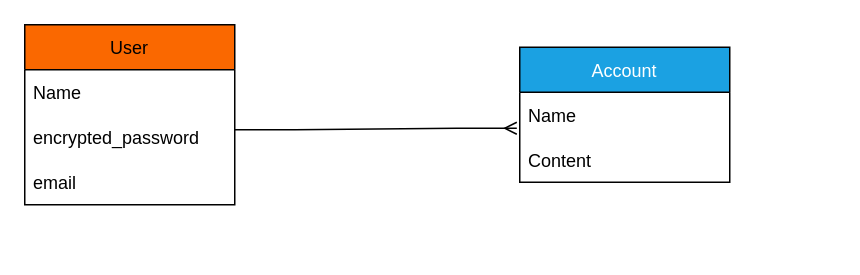
Above: ER.dio in akiduki0526/household-account (draw.io), before the change. Source tidied: cells renumbered, new cells numbered last; positions are measured from the earlier drawing's top-left corner, leaving out a move shared by most shapes. Both pictures are drawn from the tidied source at 150%, with x=0, y=0 at pixel (24, 24).
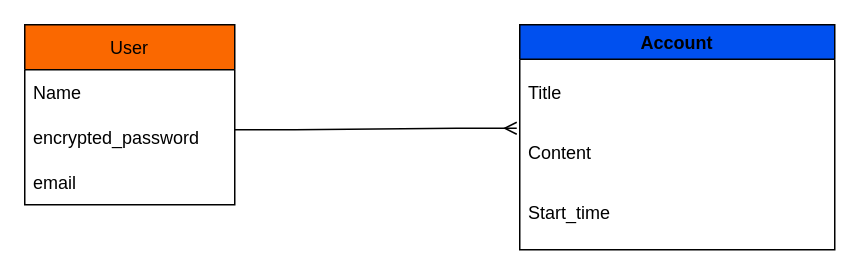
The same diagram, later.

Diff of the diagram source:
```diff
@@
 <mxGraphModel background="#ffffff">
   <root>
     <mxCell id="0" />
     <mxCell id="1" parent="0" />
     <mxCell id="2" value="User" style="swimlane;fontStyle=0;horizontal=1;startSize=30;strokeColor=#000000;fillColor=#fa6800;fontColor=#000000;" parent="1" vertex="1">
       <mxGeometry width="140" height="120" as="geometry" />
     </mxCell>
     <mxCell id="3" value="Name" style="text;strokeColor=none;fillColor=none;align=left;verticalAlign=middle;spacingLeft=4;spacingRight=4;overflow=hidden;fontColor=#000000;" parent="2" vertex="1">
       <mxGeometry y="30" width="140" height="30" as="geometry" />
     </mxCell>
     <mxCell id="4" value="encrypted_password" style="text;strokeColor=none;fillColor=none;align=left;verticalAlign=middle;spacingLeft=4;spacingRight=4;overflow=hidden;fontColor=#000000;" parent="2" vertex="1">
       <mxGeometry y="60" width="140" height="30" as="geometry" />
     </mxCell>
     <mxCell id="5" value="email" style="text;strokeColor=none;fillColor=none;align=left;verticalAlign=middle;spacingLeft=4;spacingRight=4;overflow=hidden;fontColor=#000000;" parent="2" vertex="1">
       <mxGeometry y="90" width="140" height="30" as="geometry" />
     </mxCell>
+    <mxCell id="9" style="edgeStyle=entityRelationEdgeStyle;fontSize=12;html=1;endArrow=ERmany;entryX=-0.014;entryY=0.8;entryDx=0;entryDy=0;entryPerimeter=0;strokeColor=#000000;" parent="1" edge="1">
+      <mxGeometry relative="1" as="geometry">
+        <mxPoint x="140" y="70" as="sourcePoint" />
+        <mxPoint x="328" y="69" as="targetPoint" />
+      </mxGeometry>
+    </mxCell>
-    <mxCell id="6" value="Account" style="swimlane;fontStyle=0;horizontal=1;startSize=30;strokeColor=#000000;fillColor=#1ba1e2;fontColor=#ffffff;" parent="1" vertex="1">
-      <mxGeometry x="330" y="15" width="140" height="90" as="geometry" />
+    <mxCell id="6" value="Account" style="swimlane;fontColor=#000000;strokeColor=#000000;fillColor=#0050ef;" parent="1" vertex="1">
+      <mxGeometry x="330" width="210" height="150" as="geometry" />
     </mxCell>
-    <mxCell id="7" value="Name" style="text;strokeColor=none;fillColor=none;align=left;verticalAlign=middle;spacingLeft=4;spacingRight=4;overflow=hidden;points=[[0,0.5],[1,0.5]];portConstraint=eastwest;fontColor=#000000;" parent="6" vertex="1">
-      <mxGeometry y="30" width="140" height="30" as="geometry" />
-    </mxCell>
+    <mxCell id="10" value="Title" style="text;strokeColor=none;fillColor=none;align=left;verticalAlign=middle;spacingLeft=4;spacingRight=4;overflow=hidden;fontColor=#000000;" parent="6" vertex="1">
+      <mxGeometry y="30" width="170" height="30" as="geometry" />
+    </mxCell>
     <mxCell id="8" value="Content" style="text;strokeColor=none;fillColor=none;align=left;verticalAlign=middle;spacingLeft=4;spacingRight=4;overflow=hidden;fontColor=#000000;" parent="6" vertex="1">
-      <mxGeometry y="60" width="140" height="30" as="geometry" />
+      <mxGeometry y="70" width="180" height="30" as="geometry" />
     </mxCell>
-    <mxCell id="9" style="edgeStyle=entityRelationEdgeStyle;fontSize=12;html=1;endArrow=ERmany;entryX=-0.014;entryY=0.8;entryDx=0;entryDy=0;entryPerimeter=0;strokeColor=#000000;" parent="1" edge="1" target="7">
-      <mxGeometry relative="1" as="geometry">
-        <mxPoint x="140" y="70" as="sourcePoint" />
-      </mxGeometry>
-    </mxCell>
+    <mxCell id="11" value="Start_time" style="text;strokeColor=none;fillColor=none;align=left;verticalAlign=middle;spacingLeft=4;spacingRight=4;overflow=hidden;fontColor=#000000;" parent="6" vertex="1">
+      <mxGeometry y="110" width="180" height="30" as="geometry" />
+    </mxCell>
   </root>
 </mxGraphModel>
```
